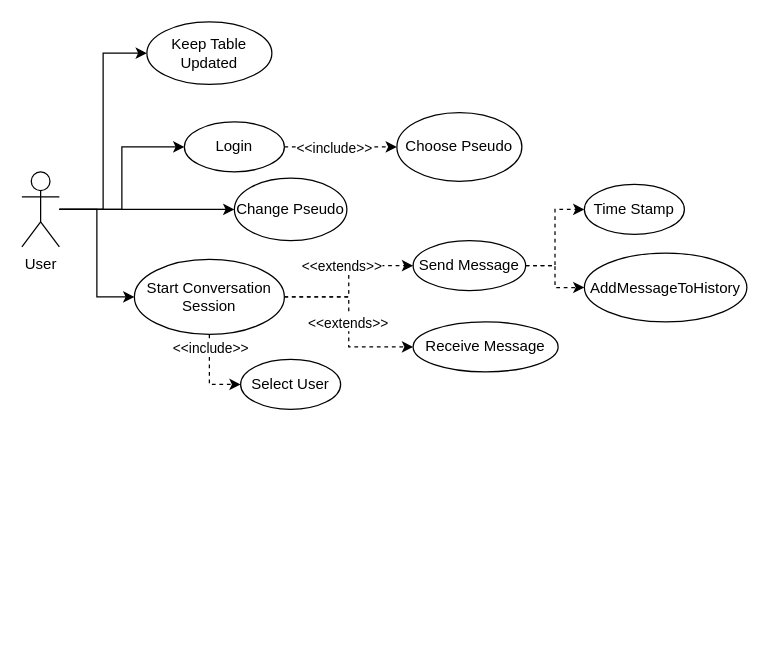
Before: UseCaseDiagram.drawio in PapeYo/UML_Project, a draw.io diagram. Source tidied: cells renumbered, new cells numbered last; positions are measured from the earlier drawing's top-left corner, leaving out a move shared by most shapes. Both pictures are drawn from the tidied source at 125%, with x=0, y=0 at pixel (21, 21).
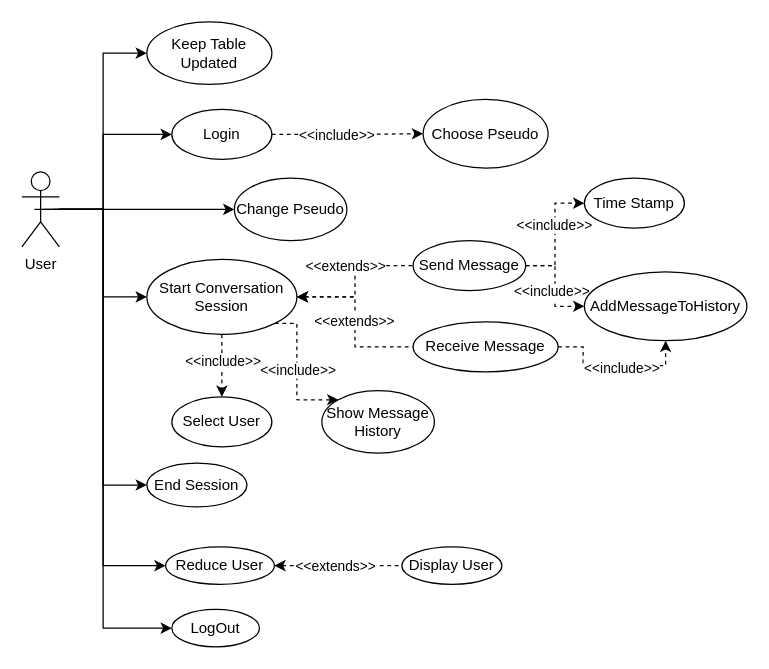
The same diagram, later.

Commit message (it also covers changes not shown here):
Mettre à jour UseCaseDiagram.drawio

Unchanged cells that the change refers to:
```xml
<mxCell id="6" value="User" style="shape=umlActor;verticalLabelPosition=bottom;verticalAlign=top;html=1;" parent="1" vertex="1">
  <mxGeometry y="120" width="30" height="60" as="geometry" />
</mxCell>
<mxCell id="21" style="edgeStyle=orthogonalEdgeStyle;rounded=0;jettySize=auto;html=1;exitX=1;exitY=0.5;exitDx=0;exitDy=0;entryX=0;entryY=0.5;entryDx=0;entryDy=0;dashed=1;" parent="1" edge="1" source="23" target="26">
  <mxGeometry relative="1" as="geometry" />
</mxCell>
<mxCell id="22" style="edgeStyle=orthogonalEdgeStyle;rounded=0;jettySize=auto;html=1;exitX=1;exitY=0.5;exitDx=0;exitDy=0;entryX=0;entryY=0.5;entryDx=0;entryDy=0;dashed=1;" parent="1" edge="1" source="23" target="25">
  <mxGeometry relative="1" as="geometry" />
</mxCell>
<mxCell id="23" value="Send Message" style="ellipse;whiteSpace=wrap;html=1;" parent="1" vertex="1">
  <mxGeometry x="313" y="175" width="90" height="40" as="geometry" />
</mxCell>
<mxCell id="24" value="Receive Message" style="ellipse;whiteSpace=wrap;html=1;" parent="1" vertex="1">
  <mxGeometry x="313" y="240" width="116" height="40" as="geometry" />
</mxCell>
```

The edit, as a diff of the source:
```diff
@@
-    <mxCell id="3" style="edgeStyle=orthogonalEdgeStyle;rounded=0;jettySize=auto;html=1;entryX=0;entryY=0.5;entryDx=0;entryDy=0;" parent="1" edge="1" source="6" target="12">
-      <mxGeometry relative="1" as="geometry" />
+    <mxCell id="3" style="edgeStyle=orthogonalEdgeStyle;rounded=0;jettySize=auto;html=1;entryX=0;entryY=0.5;entryDx=0;entryDy=0;" parent="1" edge="1" target="12">
+      <mxGeometry relative="1" as="geometry">
+        <mxPoint x="25" y="150" as="sourcePoint" />
+        <Array as="points">
+          <mxPoint x="65" y="150" />
+          <mxPoint x="65" y="90" />
+        </Array>
+      </mxGeometry>
     </mxCell>
@@
+    <mxCell id="27" style="edgeStyle=orthogonalEdgeStyle;rounded=0;jettySize=auto;html=1;entryX=0;entryY=0.5;entryDx=0;entryDy=0;" parent="1" edge="1" source="6" target="38">
+      <mxGeometry relative="1" as="geometry" />
+    </mxCell>
+    <mxCell id="28" style="edgeStyle=orthogonalEdgeStyle;rounded=0;jettySize=auto;html=1;entryX=0;entryY=0.5;entryDx=0;entryDy=0;" parent="1" edge="1" target="41">
+      <mxGeometry relative="1" as="geometry">
+        <mxPoint x="10" y="150" as="sourcePoint" />
+        <Array as="points">
+          <mxPoint x="65" y="150" />
+          <mxPoint x="65" y="435" />
+        </Array>
+      </mxGeometry>
+    </mxCell>
+    <mxCell id="29" style="edgeStyle=orthogonalEdgeStyle;rounded=0;jettySize=auto;html=1;entryX=0;entryY=0.5;entryDx=0;entryDy=0;" parent="1" edge="1" target="37">
+      <mxGeometry relative="1" as="geometry">
+        <mxPoint x="17" y="150" as="sourcePoint" />
+        <Array as="points">
+          <mxPoint x="65" y="150" />
+          <mxPoint x="65" y="485" />
+        </Array>
+      </mxGeometry>
+    </mxCell>
@@
     <mxCell id="9" value="Choose Pseudo" style="ellipse;whiteSpace=wrap;html=1;" parent="1" vertex="1">
-      <mxGeometry x="300" y="72.5" width="100" height="55" as="geometry" />
+      <mxGeometry x="321" y="62" width="100" height="55" as="geometry" />
     </mxCell>
@@
     <mxCell id="12" value="Login" style="ellipse;whiteSpace=wrap;html=1;" parent="1" vertex="1">
-      <mxGeometry x="130" y="80" width="80" height="40" as="geometry" />
+      <mxGeometry x="120" y="70" width="80" height="40" as="geometry" />
     </mxCell>
-    <mxCell id="13" style="edgeStyle=orthogonalEdgeStyle;rounded=0;jettySize=auto;html=1;entryX=0;entryY=0.5;entryDx=0;entryDy=0;dashed=1;" parent="1" edge="1" source="19" target="20">
+    <mxCell id="13" style="edgeStyle=orthogonalEdgeStyle;rounded=0;jettySize=auto;html=1;entryX=0.5;entryY=0;entryDx=0;entryDy=0;dashed=1;" parent="1" edge="1" source="19" target="20">
       <mxGeometry relative="1" as="geometry" />
     </mxCell>
     <mxCell id="14" value="&amp;lt;&amp;lt;include&amp;gt;&amp;gt;" style="edgeLabel;html=1;align=center;verticalAlign=middle;" parent="13" vertex="1">
       <mxGeometry x="-0.1" relative="1" as="geometry">
-        <mxPoint y="-19" as="offset" />
+        <mxPoint y="-2" as="offset" />
       </mxGeometry>
     </mxCell>
-    <mxCell id="15" style="edgeStyle=orthogonalEdgeStyle;rounded=0;jettySize=auto;html=1;exitX=1;exitY=0.5;exitDx=0;exitDy=0;entryX=0;entryY=0.5;entryDx=0;entryDy=0;dashed=1;" parent="1" edge="1" source="19" target="23">
+    <mxCell id="15" style="edgeStyle=orthogonalEdgeStyle;rounded=0;jettySize=auto;html=1;exitX=1;exitY=0.5;exitDx=0;exitDy=0;entryX=0;entryY=0.5;entryDx=0;entryDy=0;dashed=1;startArrow=classic;startFill=1;endArrow=none;endFill=0;" parent="1" edge="1" source="19" target="23">
       <mxGeometry relative="1" as="geometry" />
     </mxCell>
@@
-    <mxCell id="17" style="edgeStyle=orthogonalEdgeStyle;rounded=0;jettySize=auto;html=1;exitX=1;exitY=0.5;exitDx=0;exitDy=0;entryX=0;entryY=0.5;entryDx=0;entryDy=0;dashed=1;" parent="1" edge="1" source="19" target="24">
+    <mxCell id="17" style="edgeStyle=orthogonalEdgeStyle;rounded=0;jettySize=auto;html=1;exitX=1;exitY=0.5;exitDx=0;exitDy=0;entryX=0;entryY=0.5;entryDx=0;entryDy=0;dashed=1;startArrow=classic;startFill=1;endArrow=none;endFill=0;" parent="1" edge="1" source="19" target="24">
       <mxGeometry relative="1" as="geometry" />
     </mxCell>
@@
+    <mxCell id="30" style="edgeStyle=orthogonalEdgeStyle;rounded=0;jettySize=auto;html=1;exitX=1;exitY=1;exitDx=0;exitDy=0;entryX=0;entryY=0;entryDx=0;entryDy=0;dashed=1;" parent="1" edge="1" source="19" target="36">
+      <mxGeometry relative="1" as="geometry">
+        <Array as="points">
+          <mxPoint x="220" y="241" />
+          <mxPoint x="220" y="302" />
+        </Array>
+      </mxGeometry>
+    </mxCell>
+    <mxCell id="31" value="&amp;lt;&amp;lt;include&amp;gt;&amp;gt;" style="edgeLabel;html=1;align=center;verticalAlign=middle;" parent="30" vertex="1">
+      <mxGeometry x="0.15" y="-2" relative="1" as="geometry">
+        <mxPoint x="2" y="-9" as="offset" />
+      </mxGeometry>
+    </mxCell>
     <mxCell id="19" value="Start Conversation Session" style="ellipse;whiteSpace=wrap;html=1;" parent="1" vertex="1">
-      <mxGeometry x="90" y="190" width="120" height="60" as="geometry" />
+      <mxGeometry x="100" y="190" width="120" height="60" as="geometry" />
     </mxCell>
     <mxCell id="20" value="Select User" style="ellipse;whiteSpace=wrap;html=1;" parent="1" vertex="1">
-      <mxGeometry x="175" y="270" width="80" height="40" as="geometry" />
+      <mxGeometry x="120" y="300" width="80" height="40" as="geometry" />
     </mxCell>
@@
+    <mxCell id="32" value="&amp;lt;&amp;lt;include&amp;gt;&amp;gt;" style="edgeLabel;html=1;align=center;verticalAlign=middle;" parent="21" vertex="1">
+      <mxGeometry x="0.16" y="1" relative="1" as="geometry" />
+    </mxCell>
@@
+    <mxCell id="33" value="&amp;lt;&amp;lt;include&amp;gt;&amp;gt;" style="edgeLabel;html=1;align=center;verticalAlign=middle;" parent="22" vertex="1">
+      <mxGeometry x="0.13" y="-3" relative="1" as="geometry">
+        <mxPoint y="-1" as="offset" />
+      </mxGeometry>
+    </mxCell>
@@
+    <mxCell id="34" style="edgeStyle=orthogonalEdgeStyle;rounded=0;jettySize=auto;html=1;exitX=1;exitY=0.5;exitDx=0;exitDy=0;entryX=0.5;entryY=1;entryDx=0;entryDy=0;dashed=1;" parent="1" edge="1" source="24" target="25">
+      <mxGeometry relative="1" as="geometry" />
+    </mxCell>
+    <mxCell id="35" value="&amp;lt;&amp;lt;include&amp;gt;&amp;gt;" style="edgeLabel;html=1;align=center;verticalAlign=middle;" parent="34" vertex="1">
+      <mxGeometry x="-0.2" y="-1" relative="1" as="geometry">
+        <mxPoint x="17" as="offset" />
+      </mxGeometry>
+    </mxCell>
@@
     <mxCell id="25" value="AddMessageToHistory" style="ellipse;whiteSpace=wrap;html=1;" parent="1" vertex="1">
-      <mxGeometry x="450" y="185" width="130" height="55" as="geometry" />
+      <mxGeometry x="450" y="200" width="130" height="55" as="geometry" />
     </mxCell>
     <mxCell id="26" value="Time Stamp" style="ellipse;whiteSpace=wrap;html=1;" parent="1" vertex="1">
-      <mxGeometry x="450" y="130" width="80" height="40" as="geometry" />
+      <mxGeometry x="450" y="125" width="80" height="40" as="geometry" />
     </mxCell>
+    <mxCell id="36" value="Show Message History" style="ellipse;whiteSpace=wrap;html=1;" parent="1" vertex="1">
+      <mxGeometry x="240" y="295" width="90" height="50" as="geometry" />
+    </mxCell>
+    <mxCell id="37" value="LogOut" style="ellipse;whiteSpace=wrap;html=1;" parent="1" vertex="1">
+      <mxGeometry x="120" y="470" width="70" height="30" as="geometry" />
+    </mxCell>
+    <mxCell id="38" value="End Session" style="ellipse;whiteSpace=wrap;html=1;" parent="1" vertex="1">
+      <mxGeometry x="100" y="353" width="80" height="35" as="geometry" />
+    </mxCell>
+    <mxCell id="39" style="edgeStyle=orthogonalEdgeStyle;rounded=0;jettySize=auto;html=1;entryX=0;entryY=0.5;entryDx=0;entryDy=0;dashed=1;endArrow=none;endFill=0;startArrow=classic;startFill=1;" parent="1" edge="1" source="41" target="42">
+      <mxGeometry relative="1" as="geometry" />
+    </mxCell>
+    <mxCell id="40" value="&amp;lt;&amp;lt;extends&amp;gt;&amp;gt;" style="edgeLabel;html=1;align=center;verticalAlign=middle;" parent="39" vertex="1">
+      <mxGeometry x="-0.26" relative="1" as="geometry">
+        <mxPoint x="10" as="offset" />
+      </mxGeometry>
+    </mxCell>
+    <mxCell id="41" value="Reduce User" style="ellipse;whiteSpace=wrap;html=1;" parent="1" vertex="1">
+      <mxGeometry x="115" y="420" width="87" height="30" as="geometry" />
+    </mxCell>
+    <mxCell id="42" value="Display User" style="ellipse;whiteSpace=wrap;html=1;" parent="1" vertex="1">
+      <mxGeometry x="304" y="420" width="80" height="30" as="geometry" />
+    </mxCell>
```
